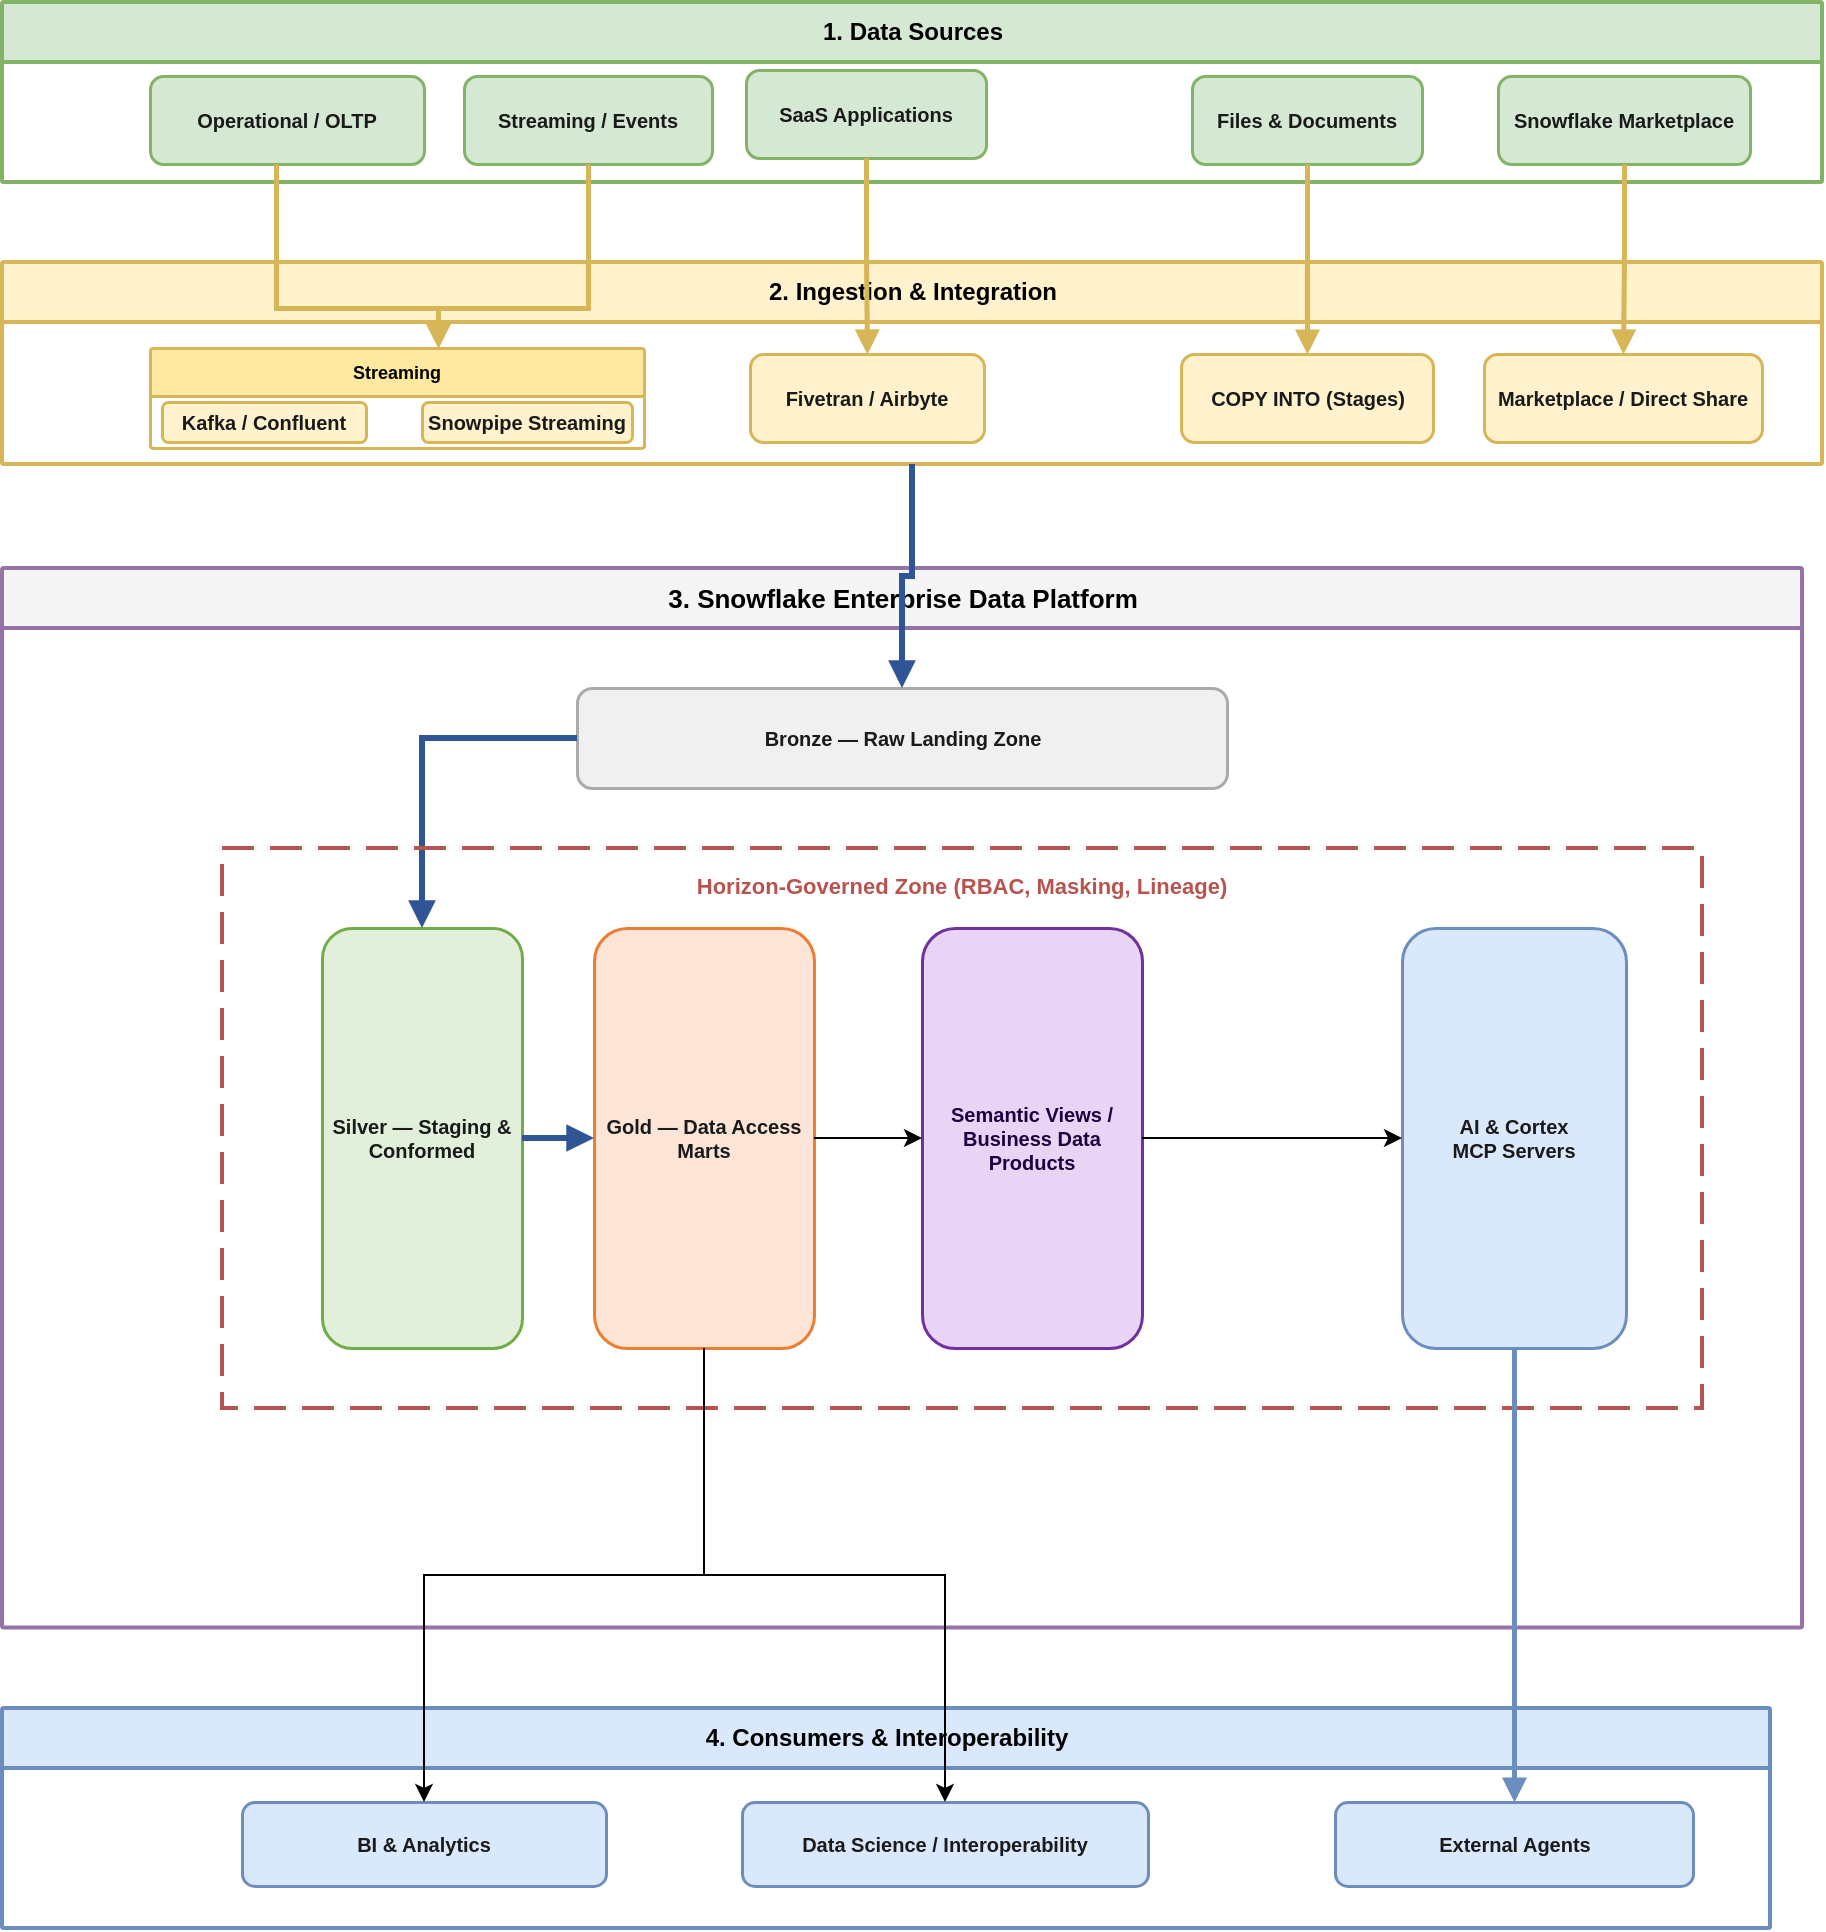
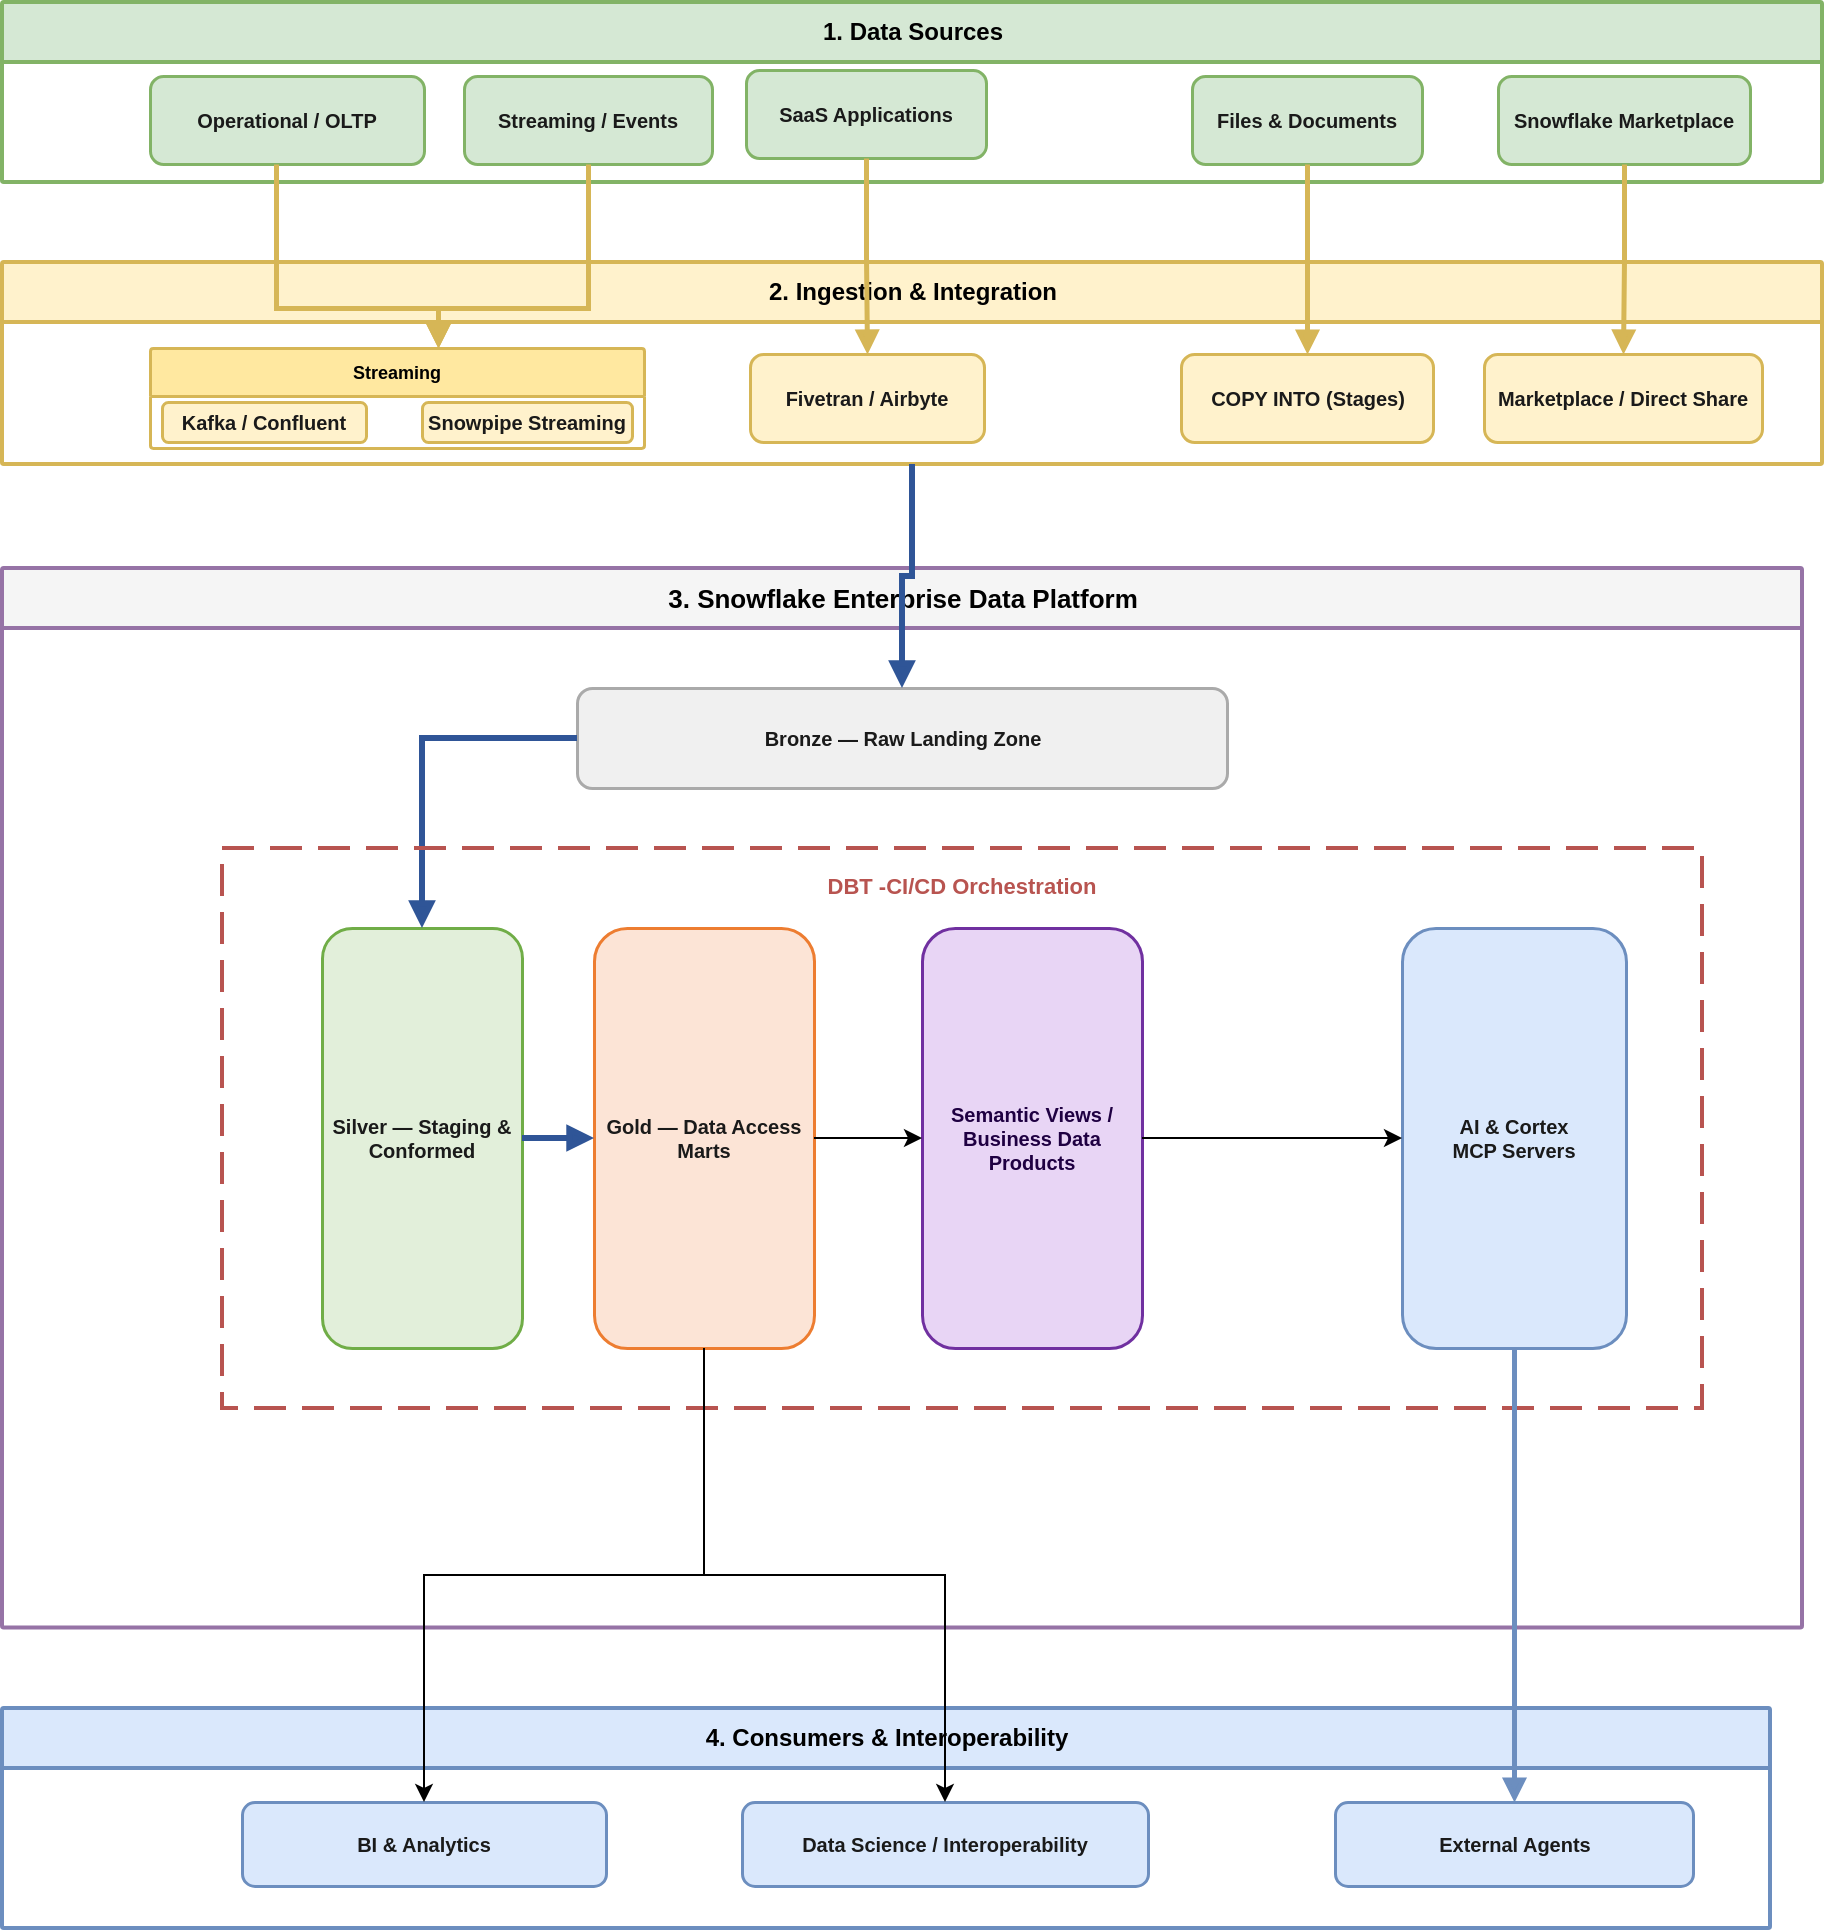
<mxfile host="app.diagrams.net">
  <diagram id="svpten-arch" name="SVPTEN Platform Architecture">
    <mxGraphModel dx="1166" dy="1137" grid="1" gridSize="10" guides="1" tooltips="1" connect="1" arrows="1" fold="1" page="1" pageScale="1" pageWidth="1400" pageHeight="960" math="0" shadow="0">
      <root>
        <mxCell id="0" />
        <mxCell id="1" parent="0" />
- 
-         <!-- ============ 1. DATA SOURCES ============ -->
        <mxCell id="src" parent="1" style="swimlane;startSize=30;horizontal=1;fillColor=#d5e8d4;strokeColor=#82b366;fontStyle=1;fontSize=12;strokeWidth=2;collapsible=0;rounded=1;arcSize=1;html=1;" value="1.  Data Sources" vertex="1">
          <mxGeometry height="90" width="910" x="30" y="37" as="geometry" />
        </mxCell>
        <mxCell id="s1" parent="src" style="rounded=1;whiteSpace=wrap;html=1;fillColor=#d5e8d4;strokeColor=#82b366;fontColor=#1a1a1a;fontSize=10;fontStyle=1;strokeWidth=1.5;" value="Operational / OLTP" vertex="1">
          <mxGeometry height="44" width="137" x="74" y="37" as="geometry" />
        </mxCell>
        <mxCell id="s2" parent="src" style="rounded=1;whiteSpace=wrap;html=1;fillColor=#d5e8d4;strokeColor=#82b366;fontColor=#1a1a1a;fontSize=10;fontStyle=1;strokeWidth=1.5;" value="SaaS Applications" vertex="1">
          <mxGeometry height="44" width="120" x="372" y="34" as="geometry" />
        </mxCell>
        <mxCell id="s3" parent="src" style="rounded=1;whiteSpace=wrap;html=1;fillColor=#d5e8d4;strokeColor=#82b366;fontColor=#1a1a1a;fontSize=10;fontStyle=1;strokeWidth=1.5;" value="Streaming / Events" vertex="1">
          <mxGeometry height="44" width="124" x="231" y="37" as="geometry" />
        </mxCell>
        <mxCell id="s4" parent="src" style="rounded=1;whiteSpace=wrap;html=1;fillColor=#d5e8d4;strokeColor=#82b366;fontColor=#1a1a1a;fontSize=10;fontStyle=1;strokeWidth=1.5;" value="Files &amp;amp; Documents" vertex="1">
          <mxGeometry height="44" width="115" x="595" y="37" as="geometry" />
        </mxCell>
        <mxCell id="s5" parent="src" style="rounded=1;whiteSpace=wrap;html=1;fillColor=#d5e8d4;strokeColor=#82b366;fontColor=#1a1a1a;fontSize=10;fontStyle=1;strokeWidth=1.5;" value="Snowflake Marketplace" vertex="1">
          <mxGeometry height="44" width="126" x="748" y="37" as="geometry" />
        </mxCell>
- 
-         <!-- ============ 2. INGESTION & INTEGRATION ============ -->
        <mxCell id="ing" parent="1" style="swimlane;startSize=30;horizontal=1;fillColor=#fff2cc;strokeColor=#d6b656;fontStyle=1;fontSize=12;strokeWidth=2;collapsible=0;rounded=1;arcSize=1;html=1;" value="2.  Ingestion  &amp;amp;  Integration" vertex="1">
          <mxGeometry height="101" width="910" x="30" y="167" as="geometry" />
        </mxCell>
        <mxCell id="strm" parent="ing" style="swimlane;startSize=24;horizontal=1;fillColor=#FFE8A0;strokeColor=#d6b656;fontStyle=1;fontSize=9;strokeWidth=1.5;collapsible=0;rounded=1;arcSize=2;" value="Streaming" vertex="1">
          <mxGeometry height="50" width="247" x="74" y="43" as="geometry" />
        </mxCell>
        <mxCell id="c1" parent="strm" style="rounded=1;whiteSpace=wrap;html=1;fillColor=#fff2cc;strokeColor=#d6b656;fontColor=#1a1a1a;fontSize=10;fontStyle=1;strokeWidth=1.5;" value="Kafka / Confluent" vertex="1">
          <mxGeometry height="20" width="102" x="6" y="27" as="geometry" />
        </mxCell>
        <mxCell id="c2" parent="strm" style="rounded=1;whiteSpace=wrap;html=1;fillColor=#fff2cc;strokeColor=#d6b656;fontColor=#1a1a1a;fontSize=10;fontStyle=1;strokeWidth=1.5;" value="Snowpipe Streaming" vertex="1">
          <mxGeometry height="20" width="105" x="136" y="27" as="geometry" />
        </mxCell>
        <mxCell id="iftran" parent="ing" style="rounded=1;whiteSpace=wrap;html=1;fillColor=#fff2cc;strokeColor=#d6b656;fontColor=#1a1a1a;fontSize=10;fontStyle=1;strokeWidth=1.5;" value="Fivetran / Airbyte" vertex="1">
          <mxGeometry height="44" width="117" x="374" y="46" as="geometry" />
        </mxCell>
        <mxCell id="istage" parent="ing" style="rounded=1;whiteSpace=wrap;html=1;fillColor=#fff2cc;strokeColor=#d6b656;fontColor=#1a1a1a;fontSize=10;fontStyle=1;strokeWidth=1.5;" value="COPY INTO (Stages)" vertex="1">
          <mxGeometry height="44" width="126" x="589.5" y="46" as="geometry" />
        </mxCell>
        <mxCell id="idirect" parent="ing" style="rounded=1;whiteSpace=wrap;html=1;fillColor=#fff2cc;strokeColor=#d6b656;fontColor=#1a1a1a;fontSize=10;fontStyle=1;strokeWidth=1.5;" value="Marketplace / Direct Share" vertex="1">
          <mxGeometry height="44" width="139" x="741" y="46" as="geometry" />
        </mxCell>
- 
-         <!-- ============ 3. SNOWFLAKE ENTERPRISE DATA PLATFORM ============ -->
        <mxCell id="plat" parent="1" style="swimlane;startSize=30;horizontal=1;fillColor=#f5f5f5;strokeColor=#9673a6;fontStyle=1;fontSize=13;strokeWidth=2;collapsible=0;rounded=1;arcSize=1;html=1;" value="3.  Snowflake Enterprise Data Platform" vertex="1">
          <mxGeometry height="529.75" width="900" x="30" y="320" as="geometry" />
        </mxCell>
        <mxCell id="brz" parent="plat" style="rounded=1;whiteSpace=wrap;html=1;fillColor=#f0f0f0;strokeColor=#aaaaaa;fontColor=#1a1a1a;fontSize=10;fontStyle=1;strokeWidth=1.5;" value="Bronze  —  Raw Landing Zone" vertex="1">
          <mxGeometry height="50" width="325" x="287.5" y="60" as="geometry" />
        </mxCell>
        <mxCell id="YxopGKdeuyvlYZzn7uxj-1" parent="plat" style="rounded=1;whiteSpace=wrap;html=1;fillColor=#e2efda;strokeColor=#70ad47;fontColor=#1a1a1a;fontSize=10;fontStyle=1;strokeWidth=1.5;direction=south;" value="Silver  —  Staging &amp;amp; Conformed" vertex="1">
          <mxGeometry height="210" width="100" x="160" y="180" as="geometry" />
        </mxCell>
        <mxCell id="YxopGKdeuyvlYZzn7uxj-2" parent="plat" style="rounded=1;whiteSpace=wrap;html=1;fillColor=#fce4d6;strokeColor=#ed7d31;fontColor=#1a1a1a;fontSize=10;fontStyle=1;strokeWidth=1.5;direction=south;" value="Gold  —  Data Access Marts" vertex="1">
          <mxGeometry height="210" width="110" x="296" y="180" as="geometry" />
        </mxCell>
        <mxCell id="sem" parent="plat" style="rounded=1;whiteSpace=wrap;html=1;fillColor=#e8d5f5;strokeColor=#7030a0;fontColor=#1f0042;fontSize=10;fontStyle=1;strokeWidth=1.5;direction=south;" value="Semantic Views  /  Business Data Products" vertex="1">
          <mxGeometry height="210" width="110" x="460" y="180" as="geometry" />
        </mxCell>
        <mxCell id="YxopGKdeuyvlYZzn7uxj-7" parent="plat" style="rounded=1;whiteSpace=wrap;html=1;fillColor=#dae8fc;strokeColor=#6c8ebf;fontColor=#1a1a1a;fontSize=10;fontStyle=1;strokeWidth=1.5;direction=south;" value="AI  &amp;amp;  Cortex&lt;div&gt;MCP Servers&lt;/div&gt;" vertex="1">
          <mxGeometry height="210" width="112" x="700" y="180" as="geometry" />
        </mxCell>
- 
-         <!-- Platform internal flow: Bronze -> Silver -> Gold -> Semantic -> AI/Cortex -->
-         <mxCell id="e12" edge="1" parent="plat" source="brz" target="YxopGKdeuyvlYZzn7uxj-1" style="edgeStyle=orthogonalEdgeStyle;rounded=0;html=1;strokeWidth=3;endArrow=block;endFill=1;strokeColor=#2f5597;" entryX="0.5" entryY="0" entryDx="0" entryDy="0" exitX="0.5" exitY="1" exitDx="0" exitDy="0" value="">
+         <mxCell id="e12" edge="1" entryDx="0" entryDy="0" entryX="0.5" entryY="0" exitDx="0" exitDy="0" exitX="0.5" exitY="1" parent="plat" source="brz" style="edgeStyle=orthogonalEdgeStyle;rounded=0;html=1;strokeWidth=3;endArrow=block;endFill=1;strokeColor=#2f5597;" target="YxopGKdeuyvlYZzn7uxj-1" value="">
          <mxGeometry relative="1" as="geometry" />
        </mxCell>
-         <mxCell id="YxopGKdeuyvlYZzn7uxj-3" edge="1" parent="plat" source="YxopGKdeuyvlYZzn7uxj-1" target="YxopGKdeuyvlYZzn7uxj-2" style="edgeStyle=orthogonalEdgeStyle;rounded=0;html=1;strokeWidth=3;endArrow=block;endFill=1;strokeColor=#2f5597;" entryX="0" entryY="0.5" entryDx="0" entryDy="0" exitX="1" exitY="0.5" exitDx="0" exitDy="0" value="">
+         <mxCell id="YxopGKdeuyvlYZzn7uxj-3" edge="1" entryDx="0" entryDy="0" entryX="0" entryY="0.5" exitDx="0" exitDy="0" exitX="1" exitY="0.5" parent="plat" source="YxopGKdeuyvlYZzn7uxj-1" style="edgeStyle=orthogonalEdgeStyle;rounded=0;html=1;strokeWidth=3;endArrow=block;endFill=1;strokeColor=#2f5597;" target="YxopGKdeuyvlYZzn7uxj-2" value="">
          <mxGeometry relative="1" as="geometry" />
        </mxCell>
-         <mxCell id="YxopGKdeuyvlYZzn7uxj-9" edge="1" parent="plat" source="YxopGKdeuyvlYZzn7uxj-2" target="sem" style="edgeStyle=orthogonalEdgeStyle;rounded=0;orthogonalLoop=1;jettySize=auto;html=1;exitX=0.5;exitY=0;exitDx=0;exitDy=0;entryX=0.5;entryY=1;entryDx=0;entryDy=0;">
+         <mxCell id="YxopGKdeuyvlYZzn7uxj-9" edge="1" parent="plat" source="YxopGKdeuyvlYZzn7uxj-2" style="edgeStyle=orthogonalEdgeStyle;rounded=0;orthogonalLoop=1;jettySize=auto;html=1;exitX=0.5;exitY=0;exitDx=0;exitDy=0;entryX=0.5;entryY=1;entryDx=0;entryDy=0;" target="sem">
          <mxGeometry relative="1" as="geometry" />
        </mxCell>
-         <mxCell id="YxopGKdeuyvlYZzn7uxj-10" edge="1" parent="plat" source="sem" target="YxopGKdeuyvlYZzn7uxj-7" style="edgeStyle=orthogonalEdgeStyle;rounded=0;orthogonalLoop=1;jettySize=auto;html=1;exitX=0.5;exitY=0;exitDx=0;exitDy=0;">
+         <mxCell id="YxopGKdeuyvlYZzn7uxj-10" edge="1" parent="plat" source="sem" style="edgeStyle=orthogonalEdgeStyle;rounded=0;orthogonalLoop=1;jettySize=auto;html=1;exitX=0.5;exitY=0;exitDx=0;exitDy=0;" target="YxopGKdeuyvlYZzn7uxj-7">
          <mxGeometry relative="1" as="geometry" />
        </mxCell>
- 
-         <!-- Governance boundary around the curated / shared / semantic / AI zones.
-              INFERRED: this box existed in the source file with no label, no fill,
-              and was declared first (so the platform swimlane's background painted
-              over it and it never actually rendered). Position lines up almost
-              exactly around Silver/Gold/Semantic/AI & Cortex, so it reads as an
-              intended governance perimeter. Rename or delete if that's not right. -->
-         <mxCell id="YxopGKdeuyvlYZzn7uxj-4" parent="1" style="rounded=0;whiteSpace=wrap;html=1;dashed=1;dashPattern=8 4;fillColor=none;strokeColor=#B85450;strokeWidth=2;verticalAlign=top;align=center;fontStyle=1;fontSize=11;fontColor=#B85450;spacingTop=6;" value="Horizon-Governed Zone (RBAC, Masking, Lineage)" vertex="1">
+         <mxCell id="YxopGKdeuyvlYZzn7uxj-4" parent="1" style="rounded=0;whiteSpace=wrap;html=1;dashed=1;dashPattern=8 4;fillColor=none;strokeColor=#B85450;strokeWidth=2;verticalAlign=top;align=center;fontStyle=1;fontSize=11;fontColor=#B85450;spacingTop=6;" value="DBT -CI/CD Orchestration" vertex="1">
          <mxGeometry height="280" width="740" x="140" y="460" as="geometry" />
        </mxCell>
- 
-         <!-- ============ 4. CONSUMERS & INTEROPERABILITY ============ -->
        <mxCell id="cons" parent="1" style="swimlane;startSize=30;horizontal=1;fillColor=#dae8fc;strokeColor=#6c8ebf;fontStyle=1;fontSize=12;strokeWidth=2;collapsible=0;rounded=1;arcSize=1;html=1;" value="4.  Consumers  &amp;amp;  Interoperability" vertex="1">
          <mxGeometry height="110" width="884" x="30" y="890" as="geometry" />
        </mxCell>
        <mxCell id="cbi" parent="cons" style="rounded=1;whiteSpace=wrap;html=1;fillColor=#dae8fc;strokeColor=#6c8ebf;fontColor=#1a1a1a;fontSize=10;fontStyle=1;strokeWidth=1.5;" value="BI  &amp;amp;  Analytics" vertex="1">
          <mxGeometry height="42" width="182" x="120" y="47" as="geometry" />
        </mxCell>
        <mxCell id="cds" parent="cons" style="rounded=1;whiteSpace=wrap;html=1;fillColor=#dae8fc;strokeColor=#6c8ebf;fontColor=#1a1a1a;fontSize=10;fontStyle=1;strokeWidth=1.5;" value="Data Science  /  Interoperability" vertex="1">
          <mxGeometry height="42" width="203" x="370" y="47" as="geometry" />
        </mxCell>
        <mxCell id="cai" parent="cons" style="rounded=1;whiteSpace=wrap;html=1;fillColor=#dae8fc;strokeColor=#6c8ebf;fontColor=#1a1a1a;fontSize=10;fontStyle=1;strokeWidth=1.5;" value="External Agents" vertex="1">
          <mxGeometry height="42" width="179" x="666.5" y="47" as="geometry" />
        </mxCell>
- 
-         <!-- Sources -> Ingestion -->
-         <mxCell id="e3" edge="1" parent="1" source="s1" target="strm" style="edgeStyle=orthogonalEdgeStyle;rounded=0;html=1;strokeWidth=2.5;endArrow=block;endFill=1;strokeColor=#d6b656;" entryX="0.15" entryY="0" entryDx="0" entryDy="0" exitX="0.5" exitY="1" exitDx="0" exitDy="0" value="">
+         <mxCell id="e3" edge="1" entryDx="0" entryDy="0" entryX="0.15" entryY="0" exitDx="0" exitDy="0" exitX="0.5" exitY="1" parent="1" source="s1" style="edgeStyle=orthogonalEdgeStyle;rounded=0;html=1;strokeWidth=2.5;endArrow=block;endFill=1;strokeColor=#d6b656;" target="strm" value="">
          <mxGeometry relative="1" as="geometry">
            <Array as="points">
              <mxPoint x="167" y="190" />
              <mxPoint x="248" y="190" />
            </Array>
          </mxGeometry>
        </mxCell>
-         <mxCell id="e4" edge="1" parent="1" source="s2" target="iftran" style="edgeStyle=orthogonalEdgeStyle;rounded=0;html=1;strokeWidth=2.5;endArrow=block;endFill=1;strokeColor=#d6b656;" entryX="0.5" entryY="0" entryDx="0" entryDy="0" exitX="0.5" exitY="1" exitDx="0" exitDy="0" value="">
+         <mxCell id="e4" edge="1" entryDx="0" entryDy="0" entryX="0.5" entryY="0" exitDx="0" exitDy="0" exitX="0.5" exitY="1" parent="1" source="s2" style="edgeStyle=orthogonalEdgeStyle;rounded=0;html=1;strokeWidth=2.5;endArrow=block;endFill=1;strokeColor=#d6b656;" target="iftran" value="">
          <mxGeometry relative="1" as="geometry" />
        </mxCell>
-         <mxCell id="e5" edge="1" parent="1" source="s3" target="strm" style="edgeStyle=orthogonalEdgeStyle;rounded=0;html=1;strokeWidth=2.5;endArrow=block;endFill=1;strokeColor=#d6b656;" entryX="0.5" entryY="0" entryDx="0" entryDy="0" exitX="0.5" exitY="1" exitDx="0" exitDy="0" value="">
+         <mxCell id="e5" edge="1" entryDx="0" entryDy="0" entryX="0.5" entryY="0" exitDx="0" exitDy="0" exitX="0.5" exitY="1" parent="1" source="s3" style="edgeStyle=orthogonalEdgeStyle;rounded=0;html=1;strokeWidth=2.5;endArrow=block;endFill=1;strokeColor=#d6b656;" target="strm" value="">
          <mxGeometry relative="1" as="geometry">
            <Array as="points">
              <mxPoint x="323" y="190" />
              <mxPoint x="248" y="190" />
            </Array>
          </mxGeometry>
        </mxCell>
-         <mxCell id="e6" edge="1" parent="1" source="s4" target="istage" style="edgeStyle=orthogonalEdgeStyle;rounded=0;html=1;strokeWidth=2.5;endArrow=block;endFill=1;strokeColor=#d6b656;" entryX="0.5" entryY="0" entryDx="0" entryDy="0" exitX="0.5" exitY="1" exitDx="0" exitDy="0" value="">
+         <mxCell id="e6" edge="1" entryDx="0" entryDy="0" entryX="0.5" entryY="0" exitDx="0" exitDy="0" exitX="0.5" exitY="1" parent="1" source="s4" style="edgeStyle=orthogonalEdgeStyle;rounded=0;html=1;strokeWidth=2.5;endArrow=block;endFill=1;strokeColor=#d6b656;" target="istage" value="">
          <mxGeometry relative="1" as="geometry" />
        </mxCell>
-         <mxCell id="e7" edge="1" parent="1" source="s5" target="idirect" style="edgeStyle=orthogonalEdgeStyle;rounded=0;html=1;strokeWidth=2.5;endArrow=block;endFill=1;strokeColor=#d6b656;" entryX="0.5" entryY="0" entryDx="0" entryDy="0" exitX="0.5" exitY="1" exitDx="0" exitDy="0" value="">
+         <mxCell id="e7" edge="1" entryDx="0" entryDy="0" entryX="0.5" entryY="0" exitDx="0" exitDy="0" exitX="0.5" exitY="1" parent="1" source="s5" style="edgeStyle=orthogonalEdgeStyle;rounded=0;html=1;strokeWidth=2.5;endArrow=block;endFill=1;strokeColor=#d6b656;" target="idirect" value="">
          <mxGeometry relative="1" as="geometry" />
        </mxCell>
- 
-         <!-- Ingestion -> Bronze. FIXED: originally had no target, just a
-              floating point near Bronze's top edge (shape=flexArrow with no
-              endpoint set), so nothing actually connected. -->
-         <mxCell id="YxopGKdeuyvlYZzn7uxj-14" edge="1" parent="1" source="ing" target="brz" style="edgeStyle=orthogonalEdgeStyle;rounded=0;html=1;strokeWidth=3;endArrow=block;endFill=1;strokeColor=#2f5597;" exitX="0.5" exitY="1" exitDx="0" exitDy="0" entryX="0.5" entryY="0" entryDx="0" entryDy="0" value="">
+         <mxCell id="YxopGKdeuyvlYZzn7uxj-14" edge="1" entryDx="0" entryDy="0" entryX="0.5" entryY="0" exitDx="0" exitDy="0" exitX="0.5" exitY="1" parent="1" source="ing" style="edgeStyle=orthogonalEdgeStyle;rounded=0;html=1;strokeWidth=3;endArrow=block;endFill=1;strokeColor=#2f5597;" target="brz" value="">
+           <mxGeometry relative="1" as="geometry">
+             <Array as="points">
+               <mxPoint x="485" y="324" />
+               <mxPoint x="480" y="324" />
+             </Array>
+           </mxGeometry>
+         </mxCell>
+         <mxCell id="YxopGKdeuyvlYZzn7uxj-11" edge="1" parent="1" source="YxopGKdeuyvlYZzn7uxj-2" style="edgeStyle=orthogonalEdgeStyle;rounded=0;orthogonalLoop=1;jettySize=auto;html=1;exitX=1;exitY=0.5;exitDx=0;exitDy=0;" target="cbi">
          <mxGeometry relative="1" as="geometry" />
        </mxCell>
- 
-         <!-- Platform -> Consumers -->
-         <mxCell id="YxopGKdeuyvlYZzn7uxj-11" edge="1" parent="1" source="YxopGKdeuyvlYZzn7uxj-2" target="cbi" style="edgeStyle=orthogonalEdgeStyle;rounded=0;orthogonalLoop=1;jettySize=auto;html=1;exitX=1;exitY=0.5;exitDx=0;exitDy=0;">
-           <mxGeometry relative="1" as="geometry" />
-         </mxCell>
-         <mxCell id="YxopGKdeuyvlYZzn7uxj-13" edge="1" parent="1" source="YxopGKdeuyvlYZzn7uxj-2" target="cds" style="edgeStyle=orthogonalEdgeStyle;rounded=0;orthogonalLoop=1;jettySize=auto;html=1;exitX=1;exitY=0.5;exitDx=0;exitDy=0;entryX=0.5;entryY=0;entryDx=0;entryDy=0;">
+         <mxCell id="YxopGKdeuyvlYZzn7uxj-13" edge="1" parent="1" source="YxopGKdeuyvlYZzn7uxj-2" style="edgeStyle=orthogonalEdgeStyle;rounded=0;orthogonalLoop=1;jettySize=auto;html=1;exitX=1;exitY=0.5;exitDx=0;exitDy=0;entryX=0.5;entryY=0;entryDx=0;entryDy=0;" target="cds">
          <mxGeometry relative="1" as="geometry">
            <mxPoint x="590" y="930" as="targetPoint" />
          </mxGeometry>
        </mxCell>
-         <mxCell id="e16" edge="1" parent="1" source="YxopGKdeuyvlYZzn7uxj-7" target="cai" style="edgeStyle=orthogonalEdgeStyle;rounded=0;html=1;strokeWidth=2.5;endArrow=block;endFill=1;strokeColor=#6c8ebf;" entryX="0.5" entryY="0" entryDx="0" entryDy="0" exitX="0.5" exitY="1" exitDx="0" exitDy="0" value="">
+         <mxCell id="e16" edge="1" entryDx="0" entryDy="0" entryX="0.5" entryY="0" exitDx="0" exitDy="0" exitX="0.5" exitY="1" parent="1" source="YxopGKdeuyvlYZzn7uxj-7" style="edgeStyle=orthogonalEdgeStyle;rounded=0;html=1;strokeWidth=2.5;endArrow=block;endFill=1;strokeColor=#6c8ebf;" target="cai" value="">
          <mxGeometry relative="1" as="geometry">
            <mxPoint x="902" y="690" as="sourcePoint" />
          </mxGeometry>
        </mxCell>
- 
      </root>
    </mxGraphModel>
  </diagram>
</mxfile>
